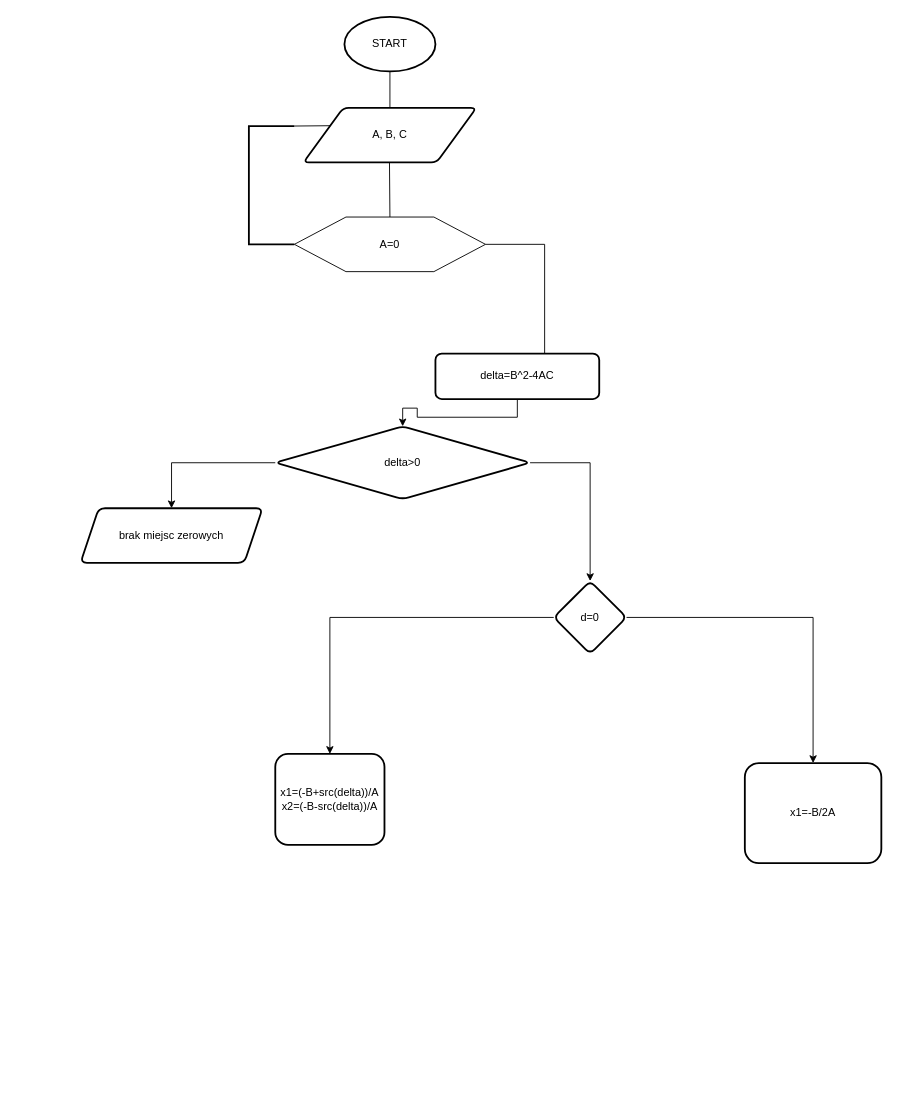
Above: page "Zadanie1" (1 of 4) of LAB1.1.drawio in DominikOlechny/DominikOlechny_AISD (draw.io), before the change. Source tidied: cells renumbered, new cells numbered last; positions are measured from the earlier drawing's top-left corner, leaving out a move shared by most shapes. Both pictures are drawn from the tidied source at 91%, with x=0, y=0 at pixel (80, 16).
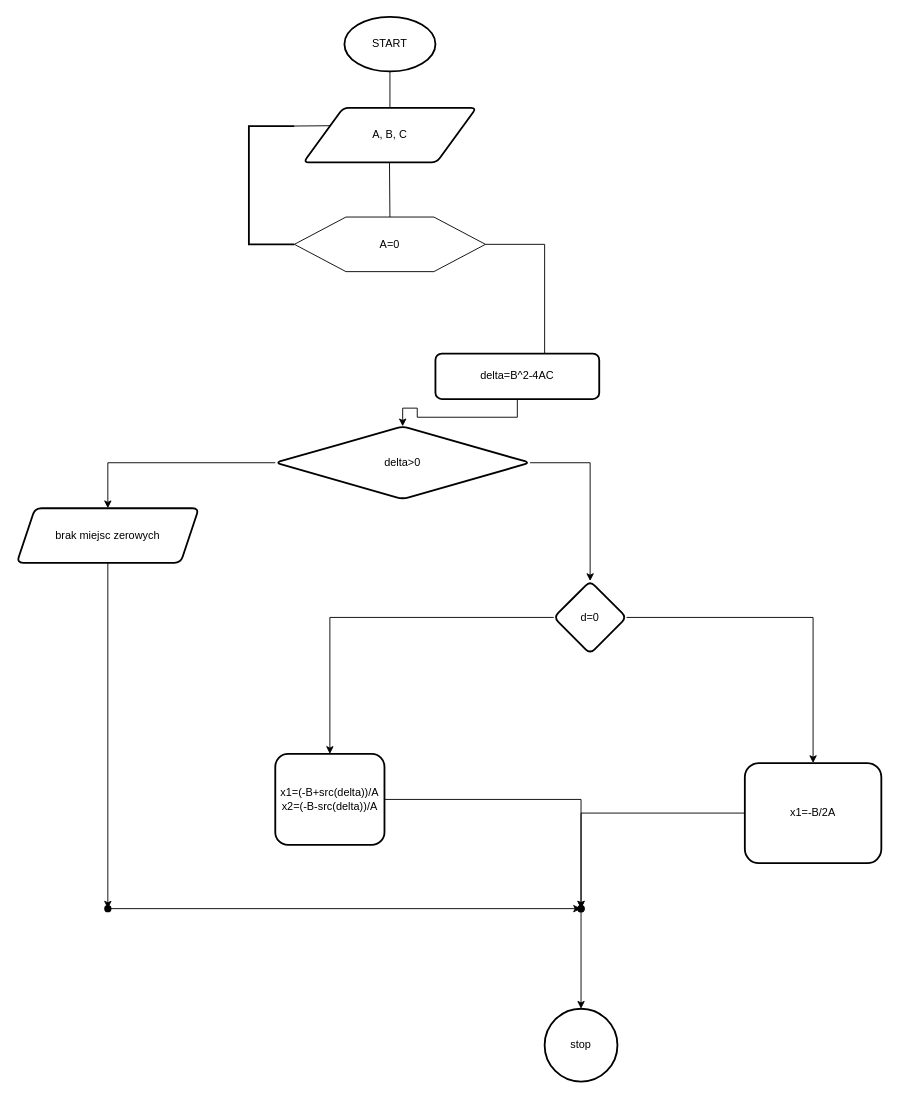
After the change.

Unchanged cells that the change refers to:
```xml
<mxCell id="21" value="x1=(-B+src(delta))/A&lt;br&gt;x2=(-B-src(delta))/A" style="rounded=1;whiteSpace=wrap;html=1;arcSize=14;strokeWidth=2;" parent="1" vertex="1">
  <mxGeometry x="214" y="810" width="120" height="100" as="geometry" />
</mxCell>
<mxCell id="22" value="x1=-B/2A" style="whiteSpace=wrap;html=1;rounded=1;arcSize=14;strokeWidth=2;" parent="1" vertex="1">
  <mxGeometry x="730" y="820" width="150" height="110" as="geometry" />
</mxCell>
```

Change to the diagram source:
```diff
@@
+    <mxCell id="23" style="edgeStyle=orthogonalEdgeStyle;rounded=0;jettySize=auto;html=1;" parent="1" edge="1" source="17" target="30">
+      <mxGeometry relative="1" as="geometry" />
+    </mxCell>
     <mxCell id="17" value="brak miejsc zerowych" style="shape=parallelogram;perimeter=parallelogramPerimeter;whiteSpace=wrap;html=1;fixedSize=1;rounded=1;arcSize=14;strokeWidth=2;" parent="1" vertex="1">
-      <mxGeometry y="540" width="200" height="60" as="geometry" />
+      <mxGeometry x="-70" y="540" width="200" height="60" as="geometry" />
     </mxCell>
@@
+    <mxCell id="24" style="edgeStyle=orthogonalEdgeStyle;rounded=0;jettySize=auto;html=1;" parent="1" edge="1" source="21" target="28">
+      <mxGeometry relative="1" as="geometry" />
+    </mxCell>
@@
+    <mxCell id="25" style="edgeStyle=orthogonalEdgeStyle;rounded=0;jettySize=auto;html=1;" parent="1" edge="1" source="28" target="26">
+      <mxGeometry relative="1" as="geometry" />
+    </mxCell>
@@
+    <mxCell id="26" value="stop" style="ellipse;whiteSpace=wrap;html=1;rounded=1;arcSize=14;strokeWidth=2;" parent="1" vertex="1">
+      <mxGeometry x="510" y="1090" width="80" height="80" as="geometry" />
+    </mxCell>
+    <mxCell id="27" style="edgeStyle=orthogonalEdgeStyle;rounded=0;jettySize=auto;html=1;" parent="1" edge="1" source="22" target="28">
+      <mxGeometry relative="1" as="geometry" />
+    </mxCell>
+    <mxCell id="28" style="shape=waypoint;sketch=0;size=6;points=[];fillColor=default;perimeter=centerPerimeter;snapToPoint=1;rounded=1;arcSize=14;strokeWidth=2;" parent="1" vertex="1">
+      <mxGeometry x="540" y="970" width="20" height="20" as="geometry" />
+    </mxCell>
+    <mxCell id="29" style="edgeStyle=orthogonalEdgeStyle;rounded=0;jettySize=auto;html=1;" parent="1" edge="1" source="30" target="31">
+      <mxGeometry relative="1" as="geometry" />
+    </mxCell>
+    <mxCell id="30" style="shape=waypoint;sketch=0;size=6;points=[];fillColor=default;perimeter=centerPerimeter;snapToPoint=1;rounded=1;arcSize=14;strokeWidth=2;" parent="1" vertex="1">
+      <mxGeometry x="20" y="970" width="20" height="20" as="geometry" />
+    </mxCell>
+    <mxCell id="31" style="shape=waypoint;sketch=0;size=6;points=[];fillColor=default;perimeter=centerPerimeter;snapToPoint=1;rounded=1;arcSize=14;strokeWidth=2;" parent="1" vertex="1">
+      <mxGeometry x="540" y="970" width="20" height="20" as="geometry" />
+    </mxCell>
```
